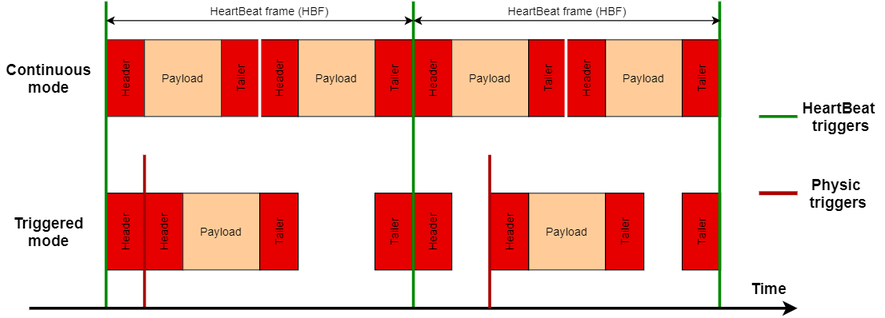
Before: Pictures/Thesis-Readout_mode.png, a diagram exported from draw.io (dthysdin/Meng-Thesis). Source tidied: cells renumbered, new cells last; positions are measured from the earlier drawing's top-left corner, leaving out a move shared by most shapes.
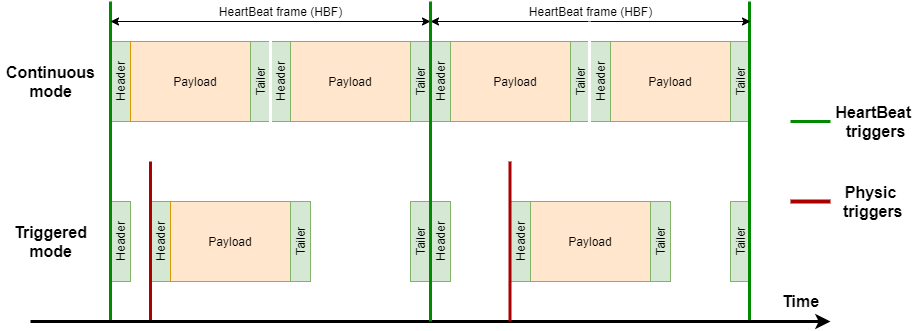
The same diagram one commit later.

Change to the diagram source:
```diff
@@ -2,26 +2,26 @@
   <root>
     <mxCell id="0" />
     <mxCell id="1" parent="0" />
-    <mxCell id="2" value="Header" style="rounded=0;whiteSpace=wrap;html=1;strokeWidth=1;fillColor=#E60000;horizontal=0;" parent="1" vertex="1">
-      <mxGeometry x="150" y="200" width="40" height="80" as="geometry" />
+    <mxCell id="2" value="Header" style="rounded=0;whiteSpace=wrap;html=1;strokeWidth=1;fillColor=#d5e8d4;horizontal=0;strokeColor=#82b366;" parent="1" vertex="1">
+      <mxGeometry x="150" y="200" width="20" height="80" as="geometry" />
     </mxCell>
-    <mxCell id="3" value="Header" style="rounded=0;whiteSpace=wrap;html=1;strokeWidth=1;fillColor=#E60000;horizontal=0;" parent="1" vertex="1">
-      <mxGeometry x="110" y="200" width="40" height="80" as="geometry" />
+    <mxCell id="3" value="Header" style="rounded=0;whiteSpace=wrap;html=1;strokeWidth=1;fillColor=#d5e8d4;horizontal=0;strokeColor=#82b366;" parent="1" vertex="1">
+      <mxGeometry x="110" y="200" width="20" height="80" as="geometry" />
     </mxCell>
     <mxCell id="4" value="Tailer" style="rounded=0;whiteSpace=wrap;html=1;strokeWidth=1;fillColor=#E60000;horizontal=0;" parent="1" vertex="1">
-      <mxGeometry x="390" y="40" width="40" height="80" as="geometry" />
+      <mxGeometry x="410" y="40" width="20" height="80" as="geometry" />
     </mxCell>
     <mxCell id="5" value="Header" style="rounded=0;whiteSpace=wrap;html=1;strokeWidth=1;fillColor=#E60000;horizontal=0;" parent="1" vertex="1">
-      <mxGeometry x="430" y="40" width="40" height="80" as="geometry" />
+      <mxGeometry x="430" y="40" width="20" height="80" as="geometry" />
     </mxCell>
-    <mxCell id="6" value="Tailer" style="rounded=0;whiteSpace=wrap;html=1;strokeWidth=1;fillColor=#E60000;horizontal=0;" parent="1" vertex="1">
-      <mxGeometry x="390" y="200" width="40" height="80" as="geometry" />
+    <mxCell id="6" value="Tailer" style="rounded=0;whiteSpace=wrap;html=1;strokeWidth=1;fillColor=#d5e8d4;horizontal=0;strokeColor=#82b366;" parent="1" vertex="1">
+      <mxGeometry x="410" y="200" width="20" height="80" as="geometry" />
     </mxCell>
-    <mxCell id="7" value="Header" style="rounded=0;whiteSpace=wrap;html=1;strokeWidth=1;fillColor=#E60000;horizontal=0;" parent="1" vertex="1">
-      <mxGeometry x="430" y="200" width="40" height="80" as="geometry" />
+    <mxCell id="7" value="Header" style="rounded=0;whiteSpace=wrap;html=1;strokeWidth=1;fillColor=#d5e8d4;horizontal=0;strokeColor=#82b366;" parent="1" vertex="1">
+      <mxGeometry x="430" y="200" width="20" height="80" as="geometry" />
     </mxCell>
-    <mxCell id="8" value="&lt;span style=&quot;font-weight: normal&quot;&gt;Header&lt;/span&gt;" style="rounded=0;whiteSpace=wrap;html=1;strokeWidth=1;strokeColor=#36393d;fillColor=#E60000;horizontal=0;fontStyle=1;" parent="1" vertex="1">
-      <mxGeometry x="110" y="40" width="40" height="80" as="geometry" />
+    <mxCell id="8" value="&lt;span style=&quot;font-weight: normal&quot;&gt;Header&lt;/span&gt;" style="rounded=0;whiteSpace=wrap;html=1;strokeWidth=1;strokeColor=#82b366;fillColor=#d5e8d4;horizontal=0;fontStyle=1;" parent="1" vertex="1">
+      <mxGeometry x="110" y="40" width="20" height="80" as="geometry" />
     </mxCell>
     <mxCell id="9" style="endArrow=none;html=1;strokeWidth=3;strokeColor=#008A00;" parent="1" edge="1">
       <mxGeometry relative="1" as="geometry">
@@ -35,57 +35,51 @@
         <mxPoint x="150" y="160" as="targetPoint" />
       </mxGeometry>
     </mxCell>
-    <mxCell id="11" value="Payload" style="rounded=0;whiteSpace=wrap;html=1;strokeWidth=1;fillColor=#ffcc99;strokeColor=#36393d;" parent="1" vertex="1">
-      <mxGeometry x="150" y="40" width="80" height="80" as="geometry" />
+    <mxCell id="11" value="Payload" style="rounded=0;whiteSpace=wrap;html=1;strokeWidth=1;fillColor=#ffe6cc;strokeColor=#d79b00;" parent="1" vertex="1">
+      <mxGeometry x="130" y="40" width="130" height="80" as="geometry" />
     </mxCell>
-    <mxCell id="12" value="Tailer" style="rounded=0;whiteSpace=wrap;html=1;strokeWidth=1;strokeColor=#36393d;fillColor=#E60000;horizontal=0;" parent="1" vertex="1">
-      <mxGeometry x="230" y="40" width="40" height="80" as="geometry" />
+    <mxCell id="12" value="Tailer" style="rounded=0;whiteSpace=wrap;html=1;strokeWidth=1;strokeColor=#82b366;fillColor=#d5e8d4;horizontal=0;" parent="1" vertex="1">
+      <mxGeometry x="250" y="40" width="20" height="80" as="geometry" />
     </mxCell>
-    <mxCell id="13" value="&lt;span&gt;Payload&lt;/span&gt;" style="rounded=0;whiteSpace=wrap;html=1;strokeWidth=1;fillColor=#ffcc99;strokeColor=#36393d;" parent="1" vertex="1">
-      <mxGeometry x="310" y="40" width="80" height="80" as="geometry" />
+    <mxCell id="13" value="&lt;span&gt;Payload&lt;/span&gt;" style="rounded=0;whiteSpace=wrap;html=1;strokeWidth=1;fillColor=#ffe6cc;strokeColor=#d79b00;" parent="1" vertex="1">
+      <mxGeometry x="290" y="40" width="120" height="80" as="geometry" />
     </mxCell>
-    <mxCell id="14" value="Header" style="rounded=0;whiteSpace=wrap;html=1;strokeWidth=1;fillColor=#E60000;horizontal=0;" parent="1" vertex="1">
-      <mxGeometry x="270" y="40" width="40" height="80" as="geometry" />
+    <mxCell id="14" value="Header" style="rounded=0;whiteSpace=wrap;html=1;strokeWidth=1;fillColor=#d5e8d4;horizontal=0;strokeColor=#82b366;" parent="1" vertex="1">
+      <mxGeometry x="270" y="40" width="20" height="80" as="geometry" />
     </mxCell>
-    <mxCell id="15" value="&lt;span&gt;Payload&lt;/span&gt;" style="rounded=0;whiteSpace=wrap;html=1;strokeWidth=1;fillColor=#ffcc99;strokeColor=#36393d;" parent="1" vertex="1">
-      <mxGeometry x="190" y="200" width="80" height="80" as="geometry" />
+    <mxCell id="15" value="&lt;span&gt;Payload&lt;/span&gt;" style="rounded=0;whiteSpace=wrap;html=1;strokeWidth=1;fillColor=#ffe6cc;strokeColor=#d79b00;" parent="1" vertex="1">
+      <mxGeometry x="170" y="200" width="120" height="80" as="geometry" />
     </mxCell>
-    <mxCell id="16" value="Tailer" style="rounded=0;whiteSpace=wrap;html=1;strokeWidth=1;fillColor=#E60000;horizontal=0;" parent="1" vertex="1">
-      <mxGeometry x="270" y="200" width="40" height="80" as="geometry" />
+    <mxCell id="16" value="Tailer" style="rounded=0;whiteSpace=wrap;html=1;strokeWidth=1;fillColor=#d5e8d4;horizontal=0;strokeColor=#82b366;" parent="1" vertex="1">
+      <mxGeometry x="290" y="200" width="20" height="80" as="geometry" />
     </mxCell>
-    <mxCell id="17" value="&lt;span&gt;Payload&lt;/span&gt;" style="rounded=0;whiteSpace=wrap;html=1;strokeWidth=1;fillColor=#ffcc99;strokeColor=#36393d;" parent="1" vertex="1">
-      <mxGeometry x="470" y="40" width="80" height="80" as="geometry" />
+    <mxCell id="17" value="&lt;span&gt;Payload&lt;/span&gt;" style="rounded=0;whiteSpace=wrap;html=1;strokeWidth=1;fillColor=#ffe6cc;strokeColor=#d79b00;" parent="1" vertex="1">
+      <mxGeometry x="450" y="40" width="130" height="80" as="geometry" />
     </mxCell>
     <mxCell id="18" value="Tailer" style="rounded=0;whiteSpace=wrap;html=1;strokeWidth=1;fillColor=#E60000;horizontal=0;" parent="1" vertex="1">
-      <mxGeometry x="550" y="40" width="40" height="80" as="geometry" />
+      <mxGeometry x="570" y="40" width="20" height="80" as="geometry" />
     </mxCell>
-    <mxCell id="19" value="&lt;span&gt;Payload&lt;/span&gt;" style="rounded=0;whiteSpace=wrap;html=1;strokeWidth=1;fillColor=#ffcc99;strokeColor=#36393d;" parent="1" vertex="1">
-      <mxGeometry x="630" y="40" width="80" height="80" as="geometry" />
+    <mxCell id="19" value="&lt;span&gt;Payload&lt;/span&gt;" style="rounded=0;whiteSpace=wrap;html=1;strokeWidth=1;fillColor=#ffe6cc;strokeColor=#d79b00;" parent="1" vertex="1">
+      <mxGeometry x="610" y="40" width="120" height="80" as="geometry" />
     </mxCell>
-    <mxCell id="20" value="Header" style="rounded=0;whiteSpace=wrap;html=1;strokeWidth=1;fillColor=#E60000;horizontal=0;" parent="1" vertex="1">
-      <mxGeometry x="590" y="40" width="40" height="80" as="geometry" />
+    <mxCell id="20" value="Header" style="rounded=0;whiteSpace=wrap;html=1;strokeWidth=1;fillColor=#d5e8d4;horizontal=0;strokeColor=#82b366;" parent="1" vertex="1">
+      <mxGeometry x="590" y="40" width="20" height="80" as="geometry" />
     </mxCell>
-    <mxCell id="21" value="Tailer" style="rounded=0;whiteSpace=wrap;html=1;strokeWidth=1;fillColor=#E60000;horizontal=0;" parent="1" vertex="1">
-      <mxGeometry x="710" y="40" width="40" height="80" as="geometry" />
+    <mxCell id="21" value="Tailer" style="rounded=0;whiteSpace=wrap;html=1;strokeWidth=1;fillColor=#d5e8d4;horizontal=0;strokeColor=#82b366;" parent="1" vertex="1">
+      <mxGeometry x="730" y="40" width="20" height="80" as="geometry" />
     </mxCell>
-    <mxCell id="22" value="&lt;span&gt;Payload&lt;/span&gt;" style="rounded=0;whiteSpace=wrap;html=1;strokeWidth=1;fillColor=#ffcc99;strokeColor=#36393d;" parent="1" vertex="1">
-      <mxGeometry x="550" y="200" width="80" height="80" as="geometry" />
+    <mxCell id="22" value="&lt;span&gt;Payload&lt;/span&gt;" style="rounded=0;whiteSpace=wrap;html=1;strokeWidth=1;fillColor=#ffe6cc;strokeColor=#d79b00;" parent="1" vertex="1">
+      <mxGeometry x="530" y="200" width="120" height="80" as="geometry" />
     </mxCell>
-    <mxCell id="23" value="Header" style="rounded=0;whiteSpace=wrap;html=1;strokeWidth=1;fillColor=#E60000;horizontal=0;" parent="1" vertex="1">
-      <mxGeometry x="510" y="200" width="40" height="80" as="geometry" />
+    <mxCell id="23" value="Header" style="rounded=0;whiteSpace=wrap;html=1;strokeWidth=1;fillColor=#d5e8d4;horizontal=0;strokeColor=#82b366;" parent="1" vertex="1">
+      <mxGeometry x="510" y="200" width="20" height="80" as="geometry" />
     </mxCell>
-    <mxCell id="24" value="Tailer" style="rounded=0;whiteSpace=wrap;html=1;strokeWidth=1;fillColor=#E60000;horizontal=0;" parent="1" vertex="1">
-      <mxGeometry x="630" y="200" width="40" height="80" as="geometry" />
+    <mxCell id="24" value="Tailer" style="rounded=0;whiteSpace=wrap;html=1;strokeWidth=1;fillColor=#d5e8d4;horizontal=0;strokeColor=#82b366;" parent="1" vertex="1">
+      <mxGeometry x="650" y="200" width="20" height="80" as="geometry" />
     </mxCell>
-    <mxCell id="25" value="Tailer" style="rounded=0;whiteSpace=wrap;html=1;strokeWidth=1;fillColor=#E60000;horizontal=0;" parent="1" vertex="1">
-      <mxGeometry x="710" y="200" width="40" height="80" as="geometry" />
+    <mxCell id="25" value="Tailer" style="rounded=0;whiteSpace=wrap;html=1;strokeWidth=1;fillColor=#d5e8d4;horizontal=0;strokeColor=#82b366;" parent="1" vertex="1">
+      <mxGeometry x="730" y="200" width="20" height="80" as="geometry" />
     </mxCell>
-    <mxCell id="26" style="endArrow=none;html=1;strokeWidth=3;strokeColor=#008A00;" parent="1" edge="1">
-      <mxGeometry relative="1" as="geometry">
-        <mxPoint x="430" y="320" as="sourcePoint" />
-        <mxPoint x="430" as="targetPoint" />
-      </mxGeometry>
-    </mxCell>
     <mxCell id="27" style="endArrow=none;html=1;strokeWidth=3;strokeColor=#008A00;" parent="1" edge="1">
       <mxGeometry relative="1" as="geometry">
         <mxPoint x="749" y="320" as="sourcePoint" />
@@ -110,12 +104,6 @@
         <mxPoint x="270" y="30" as="targetPoint" />
       </mxGeometry>
     </mxCell>
-    <mxCell id="31" style="endArrow=none;html=1;fontColor=#000000;strokeWidth=3;strokeColor=#FFFFFF;" parent="1" edge="1">
-      <mxGeometry relative="1" as="geometry">
-        <mxPoint x="589" y="130" as="sourcePoint" />
-        <mxPoint x="589" y="20" as="targetPoint" />
-      </mxGeometry>
-    </mxCell>
     <mxCell id="32" value="&lt;font size=&quot;1&quot;&gt;&lt;b style=&quot;font-size: 16px&quot;&gt;Time&lt;/b&gt;&lt;/font&gt;" style="text;html=1;align=center;verticalAlign=middle;strokeColor=none;fontColor=#000000;" parent="1" vertex="1">
       <mxGeometry x="775" y="290" width="50" height="20" as="geometry" />
     </mxCell>
@@ -161,5 +149,29 @@
     <mxCell id="42" value="&lt;font style=&quot;font-size: 12px&quot;&gt;HeartBeat frame (HBF)&lt;/font&gt;" style="text;html=1;align=center;verticalAlign=middle;strokeColor=none;fontColor=#000000;" parent="1" vertex="1">
       <mxGeometry x="520" width="140" height="20" as="geometry" />
     </mxCell>
+    <mxCell id="43" value="Tailer" style="rounded=0;whiteSpace=wrap;html=1;strokeWidth=1;fillColor=#E60000;horizontal=0;" parent="1" vertex="1">
+      <mxGeometry x="410" y="40" width="20" height="80" as="geometry" />
+    </mxCell>
+    <mxCell id="44" value="Tailer" style="rounded=0;whiteSpace=wrap;html=1;strokeWidth=1;fillColor=#d5e8d4;horizontal=0;strokeColor=#82b366;" parent="1" vertex="1">
+      <mxGeometry x="410" y="40" width="20" height="80" as="geometry" />
+    </mxCell>
+    <mxCell id="45" value="Tailer" style="rounded=0;whiteSpace=wrap;html=1;strokeWidth=1;fillColor=#d5e8d4;horizontal=0;strokeColor=#82b366;" parent="1" vertex="1">
+      <mxGeometry x="570" y="40" width="20" height="80" as="geometry" />
+    </mxCell>
+    <mxCell id="46" value="Header" style="rounded=0;whiteSpace=wrap;html=1;strokeWidth=1;fillColor=#d5e8d4;horizontal=0;strokeColor=#82b366;" parent="1" vertex="1">
+      <mxGeometry x="430" y="40" width="20" height="80" as="geometry" />
+    </mxCell>
+    <mxCell id="26" style="endArrow=none;html=1;strokeWidth=3;strokeColor=#008A00;" parent="1" edge="1">
+      <mxGeometry relative="1" as="geometry">
+        <mxPoint x="430" y="320" as="sourcePoint" />
+        <mxPoint x="430" as="targetPoint" />
+      </mxGeometry>
+    </mxCell>
+    <mxCell id="31" style="endArrow=none;html=1;fontColor=#000000;strokeWidth=3;strokeColor=#FFFFFF;" parent="1" edge="1">
+      <mxGeometry relative="1" as="geometry">
+        <mxPoint x="589" y="130" as="sourcePoint" />
+        <mxPoint x="589" y="20" as="targetPoint" />
+      </mxGeometry>
+    </mxCell>
   </root>
 </mxGraphModel>
```
